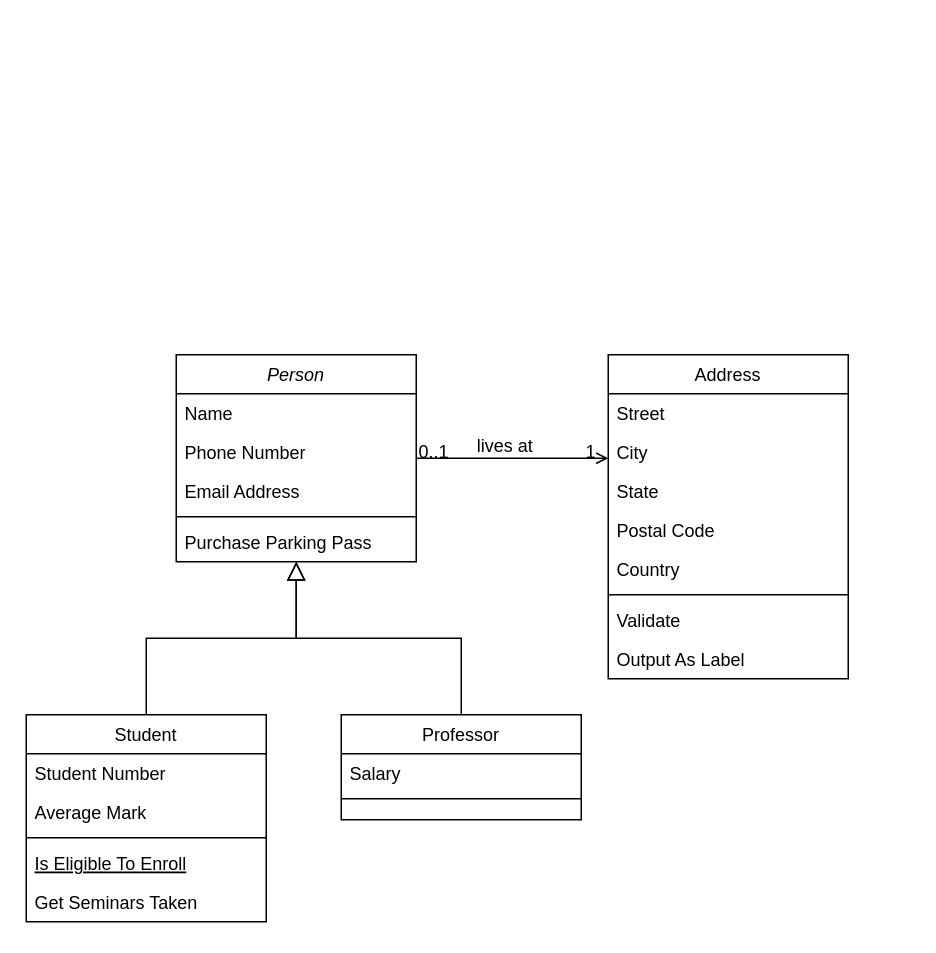
Above: Untitled Diagram.drawio in thedevashu/splitwise (draw.io), before the change. Source tidied: cells renumbered, new cells numbered last; positions are measured from the earlier drawing's top-left corner, leaving out a move shared by most shapes. Both pictures are drawn from the tidied source at 150%, with x=0, y=0 at pixel (26, 354).
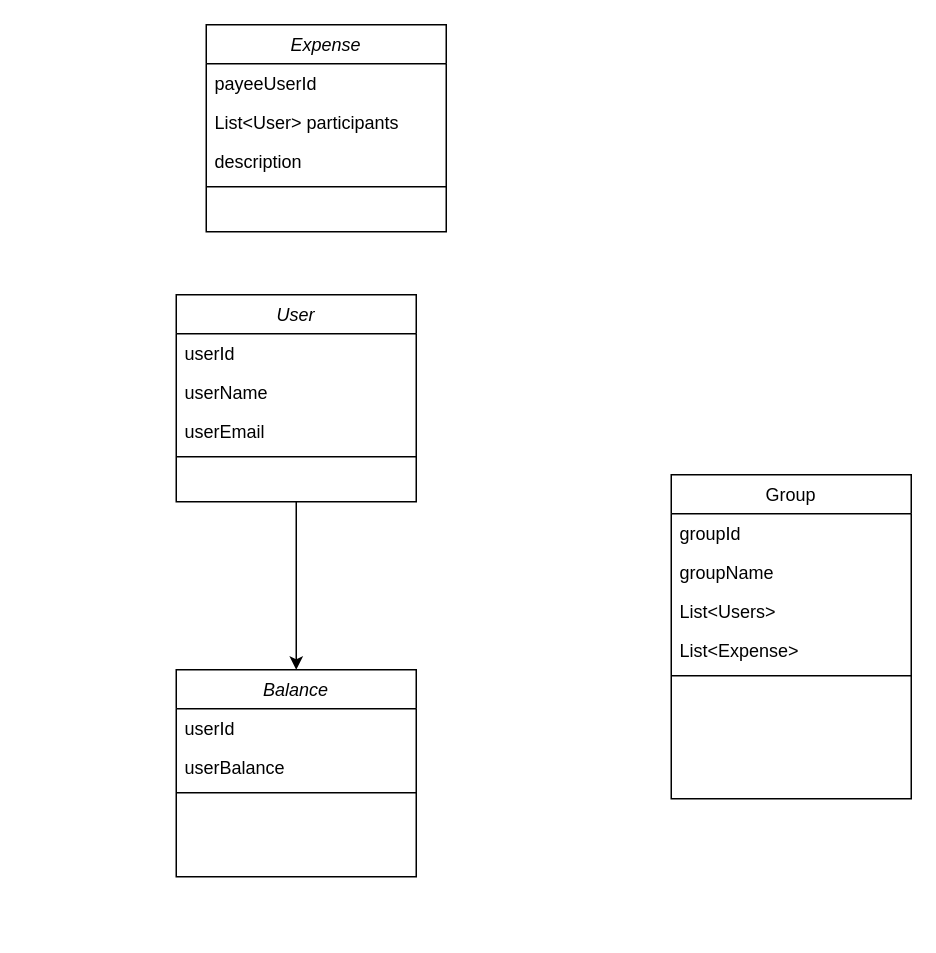
Above is the later version.

Diff of the diagram source:
```diff
@@
+    <mxCell id="32" style="edgeStyle=orthogonalEdgeStyle;rounded=0;jettySize=auto;html=1;entryX=0.5;entryY=0;entryDx=0;entryDy=0;" parent="1" edge="1" source="2" target="33">
+      <mxGeometry relative="1" as="geometry" />
+    </mxCell>
-    <mxCell id="2" value="Person" style="swimlane;fontStyle=2;align=center;verticalAlign=top;horizontal=1;startSize=26;rounded=0;shadow=0;strokeWidth=1;" parent="1" vertex="1">
-      <mxGeometry x="100" width="160" height="138" as="geometry" />
+    <mxCell id="2" value="User" style="swimlane;fontStyle=2;align=center;verticalAlign=top;horizontal=1;startSize=26;rounded=0;shadow=0;strokeWidth=1;" parent="1" vertex="1">
+      <mxGeometry x="100" y="-40" width="160" height="138" as="geometry" />
     </mxCell>
-    <mxCell id="3" value="Name" style="text;align=left;verticalAlign=top;spacingLeft=4;spacingRight=4;overflow=hidden;" parent="2" vertex="1">
+    <mxCell id="3" value="userId" style="text;align=left;verticalAlign=top;spacingLeft=4;spacingRight=4;overflow=hidden;" parent="2" vertex="1">
       <mxGeometry y="26" width="160" height="26" as="geometry" />
     </mxCell>
-    <mxCell id="4" value="Phone Number" style="text;align=left;verticalAlign=top;spacingLeft=4;spacingRight=4;overflow=hidden;rounded=0;shadow=0;html=0;" parent="2" vertex="1">
+    <mxCell id="4" value="userName" style="text;align=left;verticalAlign=top;spacingLeft=4;spacingRight=4;overflow=hidden;rounded=0;shadow=0;html=0;" parent="2" vertex="1">
       <mxGeometry y="52" width="160" height="26" as="geometry" />
     </mxCell>
-    <mxCell id="5" value="Email Address" style="text;align=left;verticalAlign=top;spacingLeft=4;spacingRight=4;overflow=hidden;rounded=0;shadow=0;html=0;" parent="2" vertex="1">
+    <mxCell id="5" value="userEmail" style="text;align=left;verticalAlign=top;spacingLeft=4;spacingRight=4;overflow=hidden;rounded=0;shadow=0;html=0;" parent="2" vertex="1">
       <mxGeometry y="78" width="160" height="26" as="geometry" />
     </mxCell>
@@
-    <mxCell id="7" value="Purchase Parking Pass" style="text;align=left;verticalAlign=top;spacingLeft=4;spacingRight=4;overflow=hidden;" parent="2" vertex="1">
-      <mxGeometry y="112" width="160" height="26" as="geometry" />
-    </mxCell>
-    <mxCell id="8" value="Student" style="swimlane;fontStyle=0;align=center;verticalAlign=top;horizontal=1;startSize=26;rounded=0;shadow=0;strokeWidth=1;" parent="1" vertex="1">
-      <mxGeometry y="240" width="160" height="138" as="geometry" />
-    </mxCell>
-    <mxCell id="9" value="Student Number" style="text;align=left;verticalAlign=top;spacingLeft=4;spacingRight=4;overflow=hidden;" parent="8" vertex="1">
-      <mxGeometry y="26" width="160" height="26" as="geometry" />
-    </mxCell>
-    <mxCell id="10" value="Average Mark" style="text;align=left;verticalAlign=top;spacingLeft=4;spacingRight=4;overflow=hidden;rounded=0;shadow=0;html=0;" parent="8" vertex="1">
-      <mxGeometry y="52" width="160" height="26" as="geometry" />
-    </mxCell>
-    <mxCell id="11" style="line;html=1;strokeWidth=1;align=left;verticalAlign=middle;spacingTop=-1;spacingLeft=3;spacingRight=3;labelPosition=right;" parent="8" vertex="1">
-      <mxGeometry y="78" width="160" height="8" as="geometry" />
-    </mxCell>
-    <mxCell id="12" value="Is Eligible To Enroll" style="text;align=left;verticalAlign=top;spacingLeft=4;spacingRight=4;overflow=hidden;fontStyle=4;" parent="8" vertex="1">
-      <mxGeometry y="86" width="160" height="26" as="geometry" />
-    </mxCell>
-    <mxCell id="13" value="Get Seminars Taken" style="text;align=left;verticalAlign=top;spacingLeft=4;spacingRight=4;overflow=hidden;" parent="8" vertex="1">
-      <mxGeometry y="112" width="160" height="26" as="geometry" />
-    </mxCell>
-    <mxCell id="14" style="endArrow=block;endSize=10;endFill=0;shadow=0;strokeWidth=1;rounded=0;curved=0;edgeStyle=elbowEdgeStyle;elbow=vertical;" parent="1" edge="1" source="8" target="2">
-      <mxGeometry relative="1" as="geometry" />
-    </mxCell>
-    <mxCell id="15" value="Professor" style="swimlane;fontStyle=0;align=center;verticalAlign=top;horizontal=1;startSize=26;rounded=0;shadow=0;strokeWidth=1;" parent="1" vertex="1">
-      <mxGeometry x="210" y="240" width="160" height="70" as="geometry" />
-    </mxCell>
-    <mxCell id="16" value="Salary" style="text;align=left;verticalAlign=top;spacingLeft=4;spacingRight=4;overflow=hidden;" parent="15" vertex="1">
-      <mxGeometry y="26" width="160" height="26" as="geometry" />
-    </mxCell>
-    <mxCell id="17" style="line;html=1;strokeWidth=1;align=left;verticalAlign=middle;spacingTop=-1;spacingLeft=3;spacingRight=3;labelPosition=right;" parent="15" vertex="1">
-      <mxGeometry y="52" width="160" height="8" as="geometry" />
-    </mxCell>
-    <mxCell id="18" style="endArrow=block;endSize=10;endFill=0;shadow=0;strokeWidth=1;rounded=0;curved=0;edgeStyle=elbowEdgeStyle;elbow=vertical;" parent="1" edge="1" source="15" target="2">
-      <mxGeometry relative="1" as="geometry" />
-    </mxCell>
-    <mxCell id="19" value="Address" style="swimlane;fontStyle=0;align=center;verticalAlign=top;horizontal=1;startSize=26;rounded=0;shadow=0;strokeWidth=1;" parent="1" vertex="1">
-      <mxGeometry x="388" width="160" height="216" as="geometry" />
+    <mxCell id="19" value="Group" style="swimlane;fontStyle=0;align=center;verticalAlign=top;horizontal=1;startSize=26;rounded=0;shadow=0;strokeWidth=1;" parent="1" vertex="1">
+      <mxGeometry x="430" y="80" width="160" height="216" as="geometry" />
     </mxCell>
-    <mxCell id="20" value="Street" style="text;align=left;verticalAlign=top;spacingLeft=4;spacingRight=4;overflow=hidden;" parent="19" vertex="1">
+    <mxCell id="20" value="groupId" style="text;align=left;verticalAlign=top;spacingLeft=4;spacingRight=4;overflow=hidden;" parent="19" vertex="1">
       <mxGeometry y="26" width="160" height="26" as="geometry" />
     </mxCell>
-    <mxCell id="21" value="City" style="text;align=left;verticalAlign=top;spacingLeft=4;spacingRight=4;overflow=hidden;rounded=0;shadow=0;html=0;" parent="19" vertex="1">
+    <mxCell id="21" value="groupName" style="text;align=left;verticalAlign=top;spacingLeft=4;spacingRight=4;overflow=hidden;rounded=0;shadow=0;html=0;" parent="19" vertex="1">
       <mxGeometry y="52" width="160" height="26" as="geometry" />
     </mxCell>
-    <mxCell id="22" value="State" style="text;align=left;verticalAlign=top;spacingLeft=4;spacingRight=4;overflow=hidden;rounded=0;shadow=0;html=0;" parent="19" vertex="1">
+    <mxCell id="22" value="List&lt;Users&gt;" style="text;align=left;verticalAlign=top;spacingLeft=4;spacingRight=4;overflow=hidden;rounded=0;shadow=0;html=0;" parent="19" vertex="1">
       <mxGeometry y="78" width="160" height="26" as="geometry" />
     </mxCell>
-    <mxCell id="23" value="Postal Code" style="text;align=left;verticalAlign=top;spacingLeft=4;spacingRight=4;overflow=hidden;rounded=0;shadow=0;html=0;" parent="19" vertex="1">
+    <mxCell id="23" value="List&lt;Expense&gt;" style="text;align=left;verticalAlign=top;spacingLeft=4;spacingRight=4;overflow=hidden;rounded=0;shadow=0;html=0;" parent="19" vertex="1">
       <mxGeometry y="104" width="160" height="26" as="geometry" />
     </mxCell>
-    <mxCell id="24" value="Country" style="text;align=left;verticalAlign=top;spacingLeft=4;spacingRight=4;overflow=hidden;rounded=0;shadow=0;html=0;" parent="19" vertex="1">
-      <mxGeometry y="130" width="160" height="26" as="geometry" />
-    </mxCell>
     <mxCell id="25" style="line;html=1;strokeWidth=1;align=left;verticalAlign=middle;spacingTop=-1;spacingLeft=3;spacingRight=3;labelPosition=right;" parent="19" vertex="1">
-      <mxGeometry y="156" width="160" height="8" as="geometry" />
+      <mxGeometry y="130" width="160" height="8" as="geometry" />
     </mxCell>
-    <mxCell id="26" value="Validate" style="text;align=left;verticalAlign=top;spacingLeft=4;spacingRight=4;overflow=hidden;" parent="19" vertex="1">
-      <mxGeometry y="164" width="160" height="26" as="geometry" />
-    </mxCell>
-    <mxCell id="27" value="Output As Label" style="text;align=left;verticalAlign=top;spacingLeft=4;spacingRight=4;overflow=hidden;" parent="19" vertex="1">
-      <mxGeometry y="190" width="160" height="26" as="geometry" />
-    </mxCell>
-    <mxCell id="28" style="endArrow=open;shadow=0;strokeWidth=1;rounded=0;curved=0;endFill=1;edgeStyle=elbowEdgeStyle;elbow=vertical;" parent="1" edge="1" source="2" target="19">
-      <mxGeometry x="0.5" y="41" relative="1" as="geometry">
-        <mxPoint x="-40" y="32" as="offset" />
-      </mxGeometry>
-    </mxCell>
-    <mxCell id="29" value="0..1" style="align=left;verticalAlign=bottom;labelBackgroundColor=none;fontSize=12;" parent="28" vertex="1">
-      <mxGeometry x="-1" relative="1" as="geometry">
-        <mxPoint y="4" as="offset" />
-      </mxGeometry>
-    </mxCell>
-    <mxCell id="30" value="1" style="align=right;verticalAlign=bottom;labelBackgroundColor=none;fontSize=12;" parent="28" vertex="1">
-      <mxGeometry x="1" relative="1" as="geometry">
-        <mxPoint x="-7" y="4" as="offset" />
-      </mxGeometry>
-    </mxCell>
-    <mxCell id="31" value="lives at" style="text;html=1;align=center;verticalAlign=middle;labelBackgroundColor=none;rounded=0;shadow=0;strokeWidth=1;fontSize=12;" parent="28" vertex="1">
-      <mxGeometry x="0.5" y="49" relative="1" as="geometry">
-        <mxPoint x="-38" y="40" as="offset" />
-      </mxGeometry>
-    </mxCell>
+    <mxCell id="33" value="Balance" style="swimlane;fontStyle=2;align=center;verticalAlign=top;horizontal=1;startSize=26;rounded=0;shadow=0;strokeWidth=1;" parent="1" vertex="1">
+      <mxGeometry x="100" y="210" width="160" height="138" as="geometry" />
+    </mxCell>
+    <mxCell id="34" value="userId" style="text;align=left;verticalAlign=top;spacingLeft=4;spacingRight=4;overflow=hidden;" parent="33" vertex="1">
+      <mxGeometry y="26" width="160" height="26" as="geometry" />
+    </mxCell>
+    <mxCell id="35" value="userBalance" style="text;align=left;verticalAlign=top;spacingLeft=4;spacingRight=4;overflow=hidden;rounded=0;shadow=0;html=0;" parent="33" vertex="1">
+      <mxGeometry y="52" width="160" height="26" as="geometry" />
+    </mxCell>
+    <mxCell id="11" style="line;html=1;strokeWidth=1;align=left;verticalAlign=middle;spacingTop=-1;spacingLeft=3;spacingRight=3;labelPosition=right;" parent="33" vertex="1">
+      <mxGeometry y="78" width="160" height="8" as="geometry" />
+    </mxCell>
+    <mxCell id="36" value="Expense" style="swimlane;fontStyle=2;align=center;verticalAlign=top;horizontal=1;startSize=26;rounded=0;shadow=0;strokeWidth=1;" parent="1" vertex="1">
+      <mxGeometry x="120" y="-220" width="160" height="138" as="geometry" />
+    </mxCell>
+    <mxCell id="37" value="payeeUserId" style="text;align=left;verticalAlign=top;spacingLeft=4;spacingRight=4;overflow=hidden;" parent="36" vertex="1">
+      <mxGeometry y="26" width="160" height="26" as="geometry" />
+    </mxCell>
+    <mxCell id="38" value="List&lt;User&gt; participants" style="text;align=left;verticalAlign=top;spacingLeft=4;spacingRight=4;overflow=hidden;rounded=0;shadow=0;html=0;" parent="36" vertex="1">
+      <mxGeometry y="52" width="160" height="26" as="geometry" />
+    </mxCell>
+    <mxCell id="39" value="description" style="text;align=left;verticalAlign=top;spacingLeft=4;spacingRight=4;overflow=hidden;rounded=0;shadow=0;html=0;" parent="36" vertex="1">
+      <mxGeometry y="78" width="160" height="26" as="geometry" />
+    </mxCell>
+    <mxCell id="40" style="line;html=1;strokeWidth=1;align=left;verticalAlign=middle;spacingTop=-1;spacingLeft=3;spacingRight=3;labelPosition=right;" parent="36" vertex="1">
+      <mxGeometry y="104" width="160" height="8" as="geometry" />
+    </mxCell>
```
